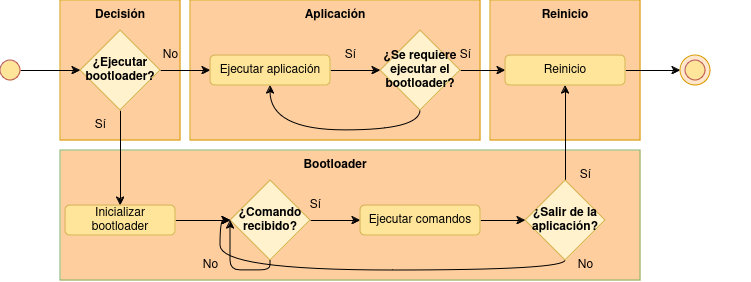
Before: Figuras/GdP-diagrams-bootloader.png, a diagram exported from draw.io (guirespi/GdP-Bootloader). Source tidied: cells renumbered, new cells last; positions are measured from the earlier drawing's top-left corner, leaving out a move shared by most shapes.
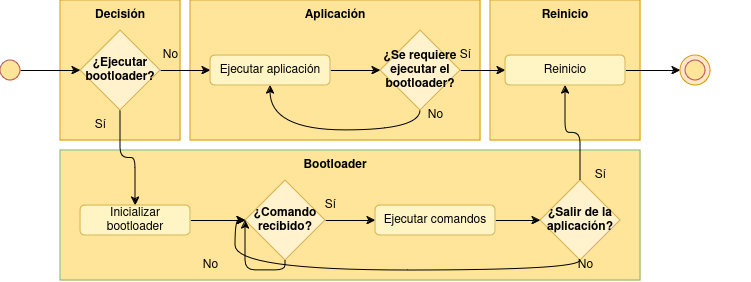
After the change.

Commit message:
FIX: replace some graphics.

Diff of the diagram source:
```diff
@@ -2,19 +2,19 @@
   <root>
     <mxCell id="0" />
     <mxCell id="1" parent="0" />
-    <mxCell id="2" style="rounded=0;whiteSpace=wrap;html=1;fillColor=#FFCE9F;strokeColor=#82b366;" parent="1" vertex="1">
+    <mxCell id="2" style="rounded=0;whiteSpace=wrap;html=1;fillColor=#FFE599;strokeColor=#82b366;" parent="1" vertex="1">
       <mxGeometry x="60" y="150" width="580" height="130" as="geometry" />
     </mxCell>
-    <mxCell id="3" style="rounded=0;whiteSpace=wrap;html=1;fillColor=#FFCE9F;strokeColor=#d79b00;" parent="1" vertex="1">
+    <mxCell id="3" style="rounded=0;whiteSpace=wrap;html=1;fillColor=#FFE599;strokeColor=#d79b00;" parent="1" vertex="1">
       <mxGeometry x="490" width="150" height="140" as="geometry" />
     </mxCell>
-    <mxCell id="4" style="rounded=0;whiteSpace=wrap;html=1;fillColor=#FFCE9F;strokeColor=#d79b00;" parent="1" vertex="1">
+    <mxCell id="4" style="rounded=0;whiteSpace=wrap;html=1;fillColor=#FFE599;strokeColor=#d79b00;" parent="1" vertex="1">
       <mxGeometry x="190" width="290" height="140" as="geometry" />
     </mxCell>
-    <mxCell id="5" style="rounded=0;whiteSpace=wrap;html=1;fillColor=#FFCE9F;strokeColor=#d79b00;" parent="1" vertex="1">
+    <mxCell id="5" style="rounded=0;whiteSpace=wrap;html=1;fillColor=#FFE599;strokeColor=#d79b00;" parent="1" vertex="1">
       <mxGeometry x="60" width="120" height="140" as="geometry" />
     </mxCell>
-    <mxCell id="6" style="edgeStyle=orthogonalEdgeStyle;rounded=0;jettySize=auto;html=1;exitX=0.5;exitY=1;exitDx=0;exitDy=0;entryX=0.5;entryY=0;entryDx=0;entryDy=0;" parent="1" edge="1" source="8" target="20">
+    <mxCell id="6" style="edgeStyle=orthogonalEdgeStyle;rounded=1;jettySize=auto;html=1;exitX=0.5;exitY=1;exitDx=0;exitDy=0;entryX=0.5;entryY=0;entryDx=0;entryDy=0;curved=0;" parent="1" edge="1" source="8" target="20">
       <mxGeometry relative="1" as="geometry" />
     </mxCell>
     <mxCell id="7" style="edgeStyle=orthogonalEdgeStyle;rounded=0;jettySize=auto;html=1;exitX=1;exitY=0.5;exitDx=0;exitDy=0;" parent="1" edge="1" source="8" target="18">
@@ -36,45 +36,45 @@
       <mxGeometry relative="1" as="geometry" />
     </mxCell>
     <mxCell id="13" value="&lt;b&gt;¿Comando recibido?&lt;/b&gt;" style="rhombus;whiteSpace=wrap;html=1;fillColor=#fff2cc;strokeColor=#d6b656;" parent="1" vertex="1">
-      <mxGeometry x="230" y="180" width="80" height="80" as="geometry" />
+      <mxGeometry x="245" y="180" width="80" height="80" as="geometry" />
     </mxCell>
-    <mxCell id="14" style="edgeStyle=orthogonalEdgeStyle;rounded=0;jettySize=auto;html=1;exitX=0.5;exitY=0;exitDx=0;exitDy=0;entryX=0.5;entryY=1;entryDx=0;entryDy=0;" parent="1" edge="1" source="16" target="24">
+    <mxCell id="14" style="edgeStyle=orthogonalEdgeStyle;rounded=1;jettySize=auto;html=1;exitX=0.5;exitY=0;exitDx=0;exitDy=0;entryX=0.5;entryY=1;entryDx=0;entryDy=0;curved=0;" parent="1" edge="1" source="16" target="24">
       <mxGeometry relative="1" as="geometry" />
     </mxCell>
     <mxCell id="15" style="edgeStyle=orthogonalEdgeStyle;rounded=0;jettySize=auto;html=1;exitX=0.5;exitY=1;exitDx=0;exitDy=0;entryX=0;entryY=0.5;entryDx=0;entryDy=0;curved=1;" parent="1" edge="1" source="16" target="13">
       <mxGeometry relative="1" as="geometry">
         <Array as="points">
-          <mxPoint x="565" y="270" />
-          <mxPoint x="220" y="270" />
-          <mxPoint x="220" y="220" />
+          <mxPoint x="580" y="270" />
+          <mxPoint x="235" y="270" />
+          <mxPoint x="235" y="220" />
         </Array>
       </mxGeometry>
     </mxCell>
     <mxCell id="16" value="&lt;b&gt;¿Salir de la aplicación?&lt;/b&gt;" style="rhombus;whiteSpace=wrap;html=1;fillColor=#fff2cc;strokeColor=#d6b656;" parent="1" vertex="1">
-      <mxGeometry x="525" y="180" width="80" height="80" as="geometry" />
+      <mxGeometry x="540" y="180" width="80" height="80" as="geometry" />
     </mxCell>
     <mxCell id="17" style="edgeStyle=orthogonalEdgeStyle;rounded=0;jettySize=auto;html=1;exitX=1;exitY=0.5;exitDx=0;exitDy=0;entryX=0;entryY=0.5;entryDx=0;entryDy=0;" parent="1" edge="1" source="18" target="11">
       <mxGeometry relative="1" as="geometry" />
     </mxCell>
-    <mxCell id="18" value="Ejecutar aplicación" style="rounded=1;whiteSpace=wrap;html=1;fillColor=#FFE599;strokeColor=#d6b656;" parent="1" vertex="1">
+    <mxCell id="18" value="Ejecutar aplicación" style="rounded=1;whiteSpace=wrap;html=1;fillColor=#FFF4C3;strokeColor=#d6b656;" parent="1" vertex="1">
       <mxGeometry x="210" y="55" width="120" height="30" as="geometry" />
     </mxCell>
     <mxCell id="19" style="edgeStyle=orthogonalEdgeStyle;rounded=0;jettySize=auto;html=1;exitX=1;exitY=0.5;exitDx=0;exitDy=0;entryX=0;entryY=0.5;entryDx=0;entryDy=0;" parent="1" edge="1" source="20" target="13">
       <mxGeometry relative="1" as="geometry" />
     </mxCell>
-    <mxCell id="20" value="Inicializar bootloader" style="rounded=1;whiteSpace=wrap;html=1;fillColor=#FFE599;strokeColor=#d6b656;" parent="1" vertex="1">
-      <mxGeometry x="65" y="205" width="110" height="30" as="geometry" />
+    <mxCell id="20" value="Inicializar bootloader" style="rounded=1;whiteSpace=wrap;html=1;fillColor=#FFF4C3;strokeColor=#d6b656;" parent="1" vertex="1">
+      <mxGeometry x="80" y="205" width="110" height="30" as="geometry" />
     </mxCell>
     <mxCell id="21" style="edgeStyle=orthogonalEdgeStyle;rounded=0;jettySize=auto;html=1;exitX=1;exitY=0.5;exitDx=0;exitDy=0;entryX=0;entryY=0.5;entryDx=0;entryDy=0;" parent="1" edge="1" source="22" target="16">
       <mxGeometry relative="1" as="geometry" />
     </mxCell>
-    <mxCell id="22" value="Ejecutar comandos" style="rounded=1;whiteSpace=wrap;html=1;fillColor=#FFE599;strokeColor=#d6b656;" parent="1" vertex="1">
-      <mxGeometry x="360" y="205" width="120" height="30" as="geometry" />
+    <mxCell id="22" value="Ejecutar comandos" style="rounded=1;whiteSpace=wrap;html=1;fillColor=#FFF4C3;strokeColor=#d6b656;" parent="1" vertex="1">
+      <mxGeometry x="375" y="205" width="120" height="30" as="geometry" />
     </mxCell>
     <mxCell id="23" style="edgeStyle=orthogonalEdgeStyle;rounded=0;jettySize=auto;html=1;exitX=1;exitY=0.5;exitDx=0;exitDy=0;entryX=0;entryY=0.5;entryDx=0;entryDy=0;" parent="1" edge="1" source="24" target="28">
       <mxGeometry relative="1" as="geometry" />
     </mxCell>
-    <mxCell id="24" value="Reinicio" style="rounded=1;whiteSpace=wrap;html=1;fillColor=#FFE599;strokeColor=#d6b656;" parent="1" vertex="1">
+    <mxCell id="24" value="Reinicio" style="rounded=1;whiteSpace=wrap;html=1;fillColor=#FFF4C3;strokeColor=#d6b656;" parent="1" vertex="1">
       <mxGeometry x="505" y="55" width="120" height="30" as="geometry" />
     </mxCell>
     <mxCell id="25" style="edgeStyle=orthogonalEdgeStyle;rounded=0;jettySize=auto;html=1;exitX=1;exitY=0.5;exitDx=0;exitDy=0;entryX=0;entryY=0.5;entryDx=0;entryDy=0;" parent="1" edge="1" source="26" target="8">
@@ -107,8 +107,8 @@
     <mxCell id="34" style="edgeStyle=orthogonalEdgeStyle;rounded=1;orthogonalLoop=1;jettySize=auto;html=1;exitX=0.5;exitY=1;exitDx=0;exitDy=0;entryX=0;entryY=0.5;entryDx=0;entryDy=0;curved=0;" parent="1" edge="1" source="13" target="13">
       <mxGeometry relative="1" as="geometry">
         <Array as="points">
-          <mxPoint x="270" y="270" />
-          <mxPoint x="230" y="270" />
+          <mxPoint x="285" y="270" />
+          <mxPoint x="245" y="270" />
         </Array>
       </mxGeometry>
     </mxCell>
@@ -118,17 +118,17 @@
     <mxCell id="36" value="Sí" style="text;html=1;align=center;verticalAlign=middle;strokeColor=none;fillColor=none;" parent="1" vertex="1">
       <mxGeometry x="85" y="110" width="30" height="30" as="geometry" />
     </mxCell>
-    <mxCell id="37" value="Sí" style="text;html=1;align=center;verticalAlign=middle;strokeColor=none;fillColor=none;" parent="1" vertex="1">
-      <mxGeometry x="335" y="40" width="30" height="30" as="geometry" />
+    <mxCell id="37" value="No" style="text;html=1;align=center;verticalAlign=middle;strokeColor=none;fillColor=none;" parent="1" vertex="1">
+      <mxGeometry x="415" y="100" width="40" height="30" as="geometry" />
     </mxCell>
     <mxCell id="38" value="Sí" style="text;html=1;align=center;verticalAlign=middle;strokeColor=none;fillColor=none;" parent="1" vertex="1">
-      <mxGeometry x="570" y="160" width="30" height="30" as="geometry" />
+      <mxGeometry x="585" y="160" width="30" height="30" as="geometry" />
     </mxCell>
     <mxCell id="39" value="Sí" style="text;html=1;align=center;verticalAlign=middle;strokeColor=none;fillColor=none;" parent="1" vertex="1">
       <mxGeometry x="450" y="40" width="30" height="30" as="geometry" />
     </mxCell>
     <mxCell id="40" value="Sí" style="text;html=1;align=center;verticalAlign=middle;strokeColor=none;fillColor=none;" parent="1" vertex="1">
-      <mxGeometry x="300" y="190" width="30" height="30" as="geometry" />
+      <mxGeometry x="315" y="190" width="30" height="30" as="geometry" />
     </mxCell>
     <mxCell id="41" value="No" style="text;html=1;align=center;verticalAlign=middle;strokeColor=none;fillColor=none;" parent="1" vertex="1">
       <mxGeometry x="565" y="250" width="40" height="30" as="geometry" />
```
